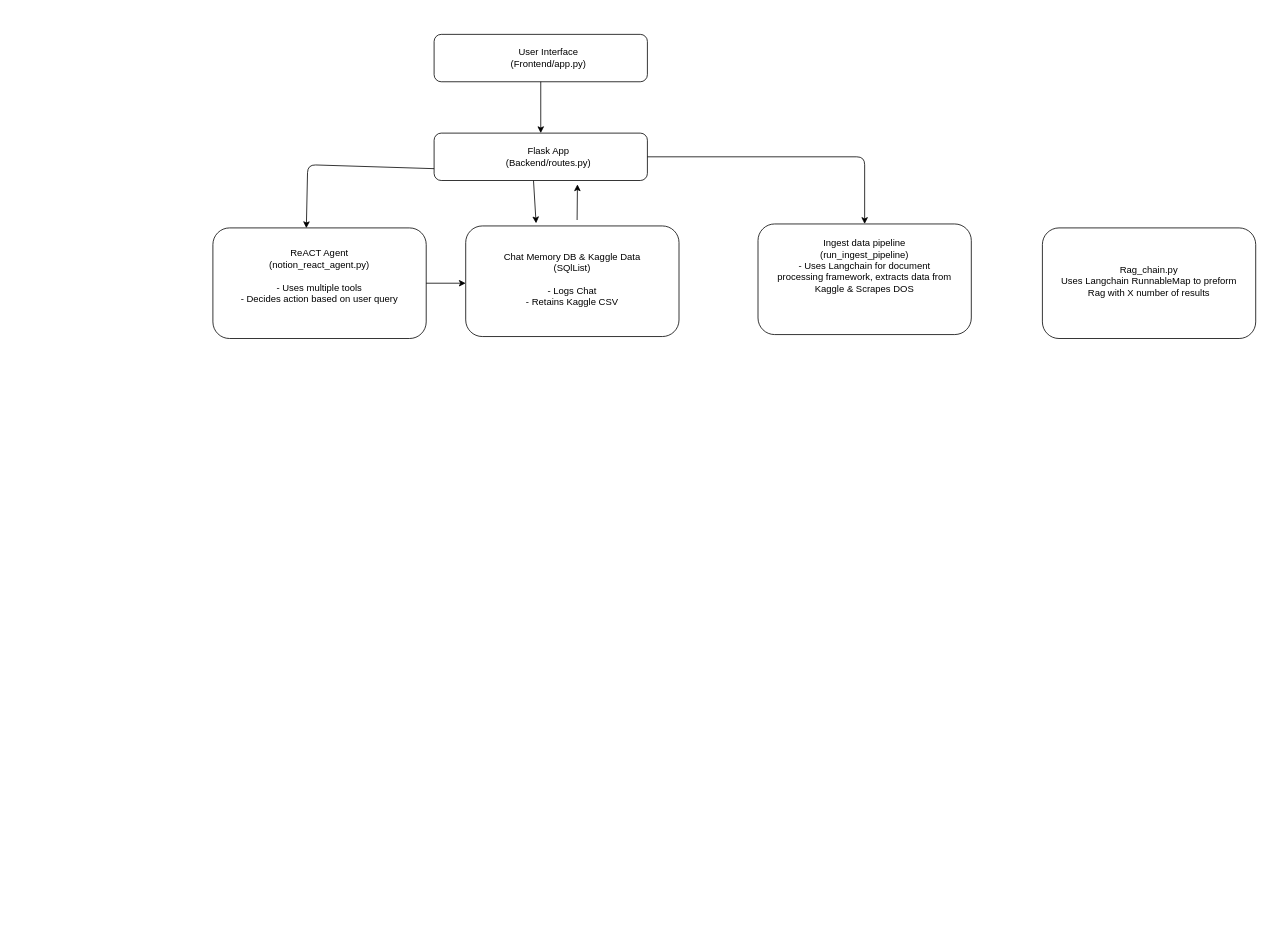
Before: diagram.drawio in anniepuy/human_rights_llm, a draw.io diagram. Source tidied: cells renumbered, new cells numbered last; positions are measured from the earlier drawing's top-left corner, leaving out a move shared by most shapes. Both pictures are drawn from the tidied source at 79%, with x=0, y=0 at pixel (213, 34).
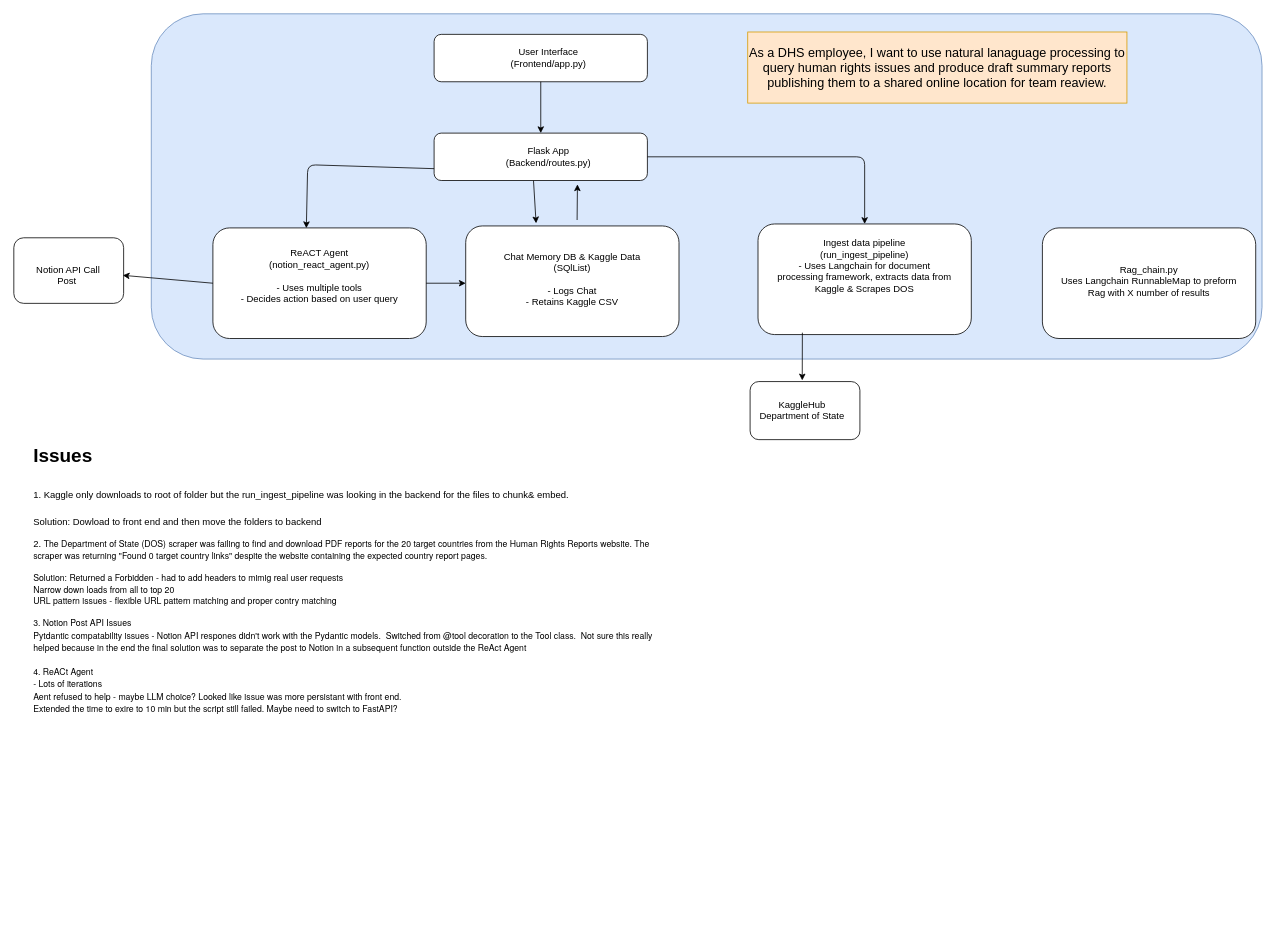
The same page after the edit.

Unchanged cells that the change refers to:
```xml
<mxCell id="8" style="rounded=1;whiteSpace=wrap;html=1;" parent="1" vertex="1">
  <mxGeometry y="245" width="270" height="140" as="geometry" />
</mxCell>
<mxCell id="13" style="rounded=1;whiteSpace=wrap;html=1;" parent="1" vertex="1">
  <mxGeometry x="690" y="240" width="270" height="140" as="geometry" />
</mxCell>
```

What changed in the source:
```diff
@@
+    <mxCell id="20" style="rounded=1;whiteSpace=wrap;html=1;fillColor=#dae8fc;strokeColor=#6c8ebf;" parent="1" vertex="1">
+      <mxGeometry x="-78" y="-26" width="1406" height="437" as="geometry" />
+    </mxCell>
@@
+    <mxCell id="21" value="As a DHS employee, I want to use natural lanaguage processing to query human rights issues and produce draft summary reports publishing them to a shared online location for team reaview." style="text;html=1;align=center;verticalAlign=middle;whiteSpace=wrap;rounded=0;fontSize=16;fillColor=#ffe6cc;strokeColor=#d79b00;" parent="1" vertex="1">
+      <mxGeometry x="677" y="-3" width="480" height="90" as="geometry" />
+    </mxCell>
+    <mxCell id="22" value="&lt;h1 style=&quot;margin-top: 0px;&quot;&gt;&lt;span style=&quot;background-color: transparent;&quot;&gt;Issues&amp;nbsp;&lt;/span&gt;&lt;/h1&gt;&lt;h1 style=&quot;margin-top: 0px;&quot;&gt;&lt;span style=&quot;background-color: transparent; font-size: 12px; font-weight: normal;&quot;&gt;1. Kaggle only downloads to root of folder but the run_ingest_pipeline was looking in the backend for the files to chunk&amp;amp; embed.&lt;/span&gt;&lt;/h1&gt;&lt;div&gt;&lt;span style=&quot;background-color: transparent; font-size: 12px; font-weight: normal;&quot;&gt;Solution: Dowload to front end and then move the folders to backend&lt;/span&gt;&lt;/div&gt;&lt;div&gt;&lt;span style=&quot;background-color: transparent; font-size: 12px; font-weight: normal;&quot;&gt;&lt;br&gt;&lt;/span&gt;&lt;/div&gt;&lt;div&gt;&lt;span style=&quot;background-color: transparent; font-size: 12px; font-weight: normal;&quot;&gt;2.&amp;nbsp;&lt;/span&gt;&lt;span style=&quot;color: rgb(0, 0, 0); font-family: &amp;quot;Helvetica Neue&amp;quot;; font-size: 11px; background-color: transparent;&quot;&gt;The Department of State (DOS) scraper was failing to find and download PDF reports for the 20 target countries from the Human Rights Reports website. The scraper was returning &quot;Found 0 target country links&quot; despite the website containing the expected country report pages.&amp;nbsp;&lt;/span&gt;&lt;/div&gt;&lt;div&gt;&lt;span style=&quot;color: rgb(0, 0, 0); font-family: &amp;quot;Helvetica Neue&amp;quot;; font-size: 11px; background-color: transparent;&quot;&gt;&lt;br&gt;&lt;/span&gt;&lt;/div&gt;&lt;div&gt;&lt;span style=&quot;color: rgb(0, 0, 0); font-family: &amp;quot;Helvetica Neue&amp;quot;; font-size: 11px; background-color: transparent;&quot;&gt;Solution: Returned a Forbidden - had to add headers to mimig real user requests&lt;/span&gt;&lt;/div&gt;&lt;div&gt;&lt;span style=&quot;background-color: transparent; font-family: &amp;quot;Helvetica Neue&amp;quot;; font-size: 11px;&quot;&gt;Narrow down loads from all to top 20&lt;/span&gt;&lt;/div&gt;&lt;div&gt;&lt;span style=&quot;background-color: transparent; font-family: &amp;quot;Helvetica Neue&amp;quot;; font-size: 11px;&quot;&gt;URL pattern issues - flexible URL pattern matching and proper contry matching&amp;nbsp;&lt;/span&gt;&lt;/div&gt;&lt;div&gt;&lt;span style=&quot;background-color: transparent; font-family: &amp;quot;Helvetica Neue&amp;quot;; font-size: 11px;&quot;&gt;&lt;br&gt;&lt;/span&gt;&lt;/div&gt;&lt;div&gt;&lt;span style=&quot;background-color: transparent; font-family: &amp;quot;Helvetica Neue&amp;quot;; font-size: 11px;&quot;&gt;3. Notion Post API Issues&lt;/span&gt;&lt;/div&gt;&lt;div&gt;&lt;font face=&quot;Helvetica Neue&quot;&gt;&lt;span style=&quot;font-size: 11px;&quot;&gt;Pytdantic compatability issues - Notion API respones didn't work with the Pydantic models.&amp;nbsp; Switched from @tool decoration to the Tool class.&amp;nbsp; Not sure this really helped because in the end the final solution was to separate the post to Notion in a subsequent function outside the ReAct Agent&lt;/span&gt;&lt;/font&gt;&lt;/div&gt;&lt;div&gt;&lt;font face=&quot;Helvetica Neue&quot;&gt;&lt;span style=&quot;font-size: 11px;&quot;&gt;&lt;br&gt;&lt;/span&gt;&lt;/font&gt;&lt;/div&gt;&lt;div&gt;&lt;font face=&quot;Helvetica Neue&quot;&gt;&lt;span style=&quot;font-size: 11px;&quot;&gt;4. ReACt Agent&lt;/span&gt;&lt;/font&gt;&lt;/div&gt;&lt;div&gt;&lt;font face=&quot;Helvetica Neue&quot;&gt;&lt;span style=&quot;font-size: 11px;&quot;&gt;- Lots of iterations&lt;/span&gt;&lt;/font&gt;&lt;/div&gt;&lt;div&gt;&lt;font face=&quot;Helvetica Neue&quot;&gt;&lt;span style=&quot;font-size: 11px;&quot;&gt;Aent refused to help - maybe LLM choice? Looked like issue was more persistant with front end.&lt;/span&gt;&lt;/font&gt;&lt;/div&gt;&lt;div&gt;&lt;font face=&quot;Helvetica Neue&quot;&gt;&lt;span style=&quot;font-size: 11px;&quot;&gt;Extended the time to exire to 10 min but the script still failed. Maybe need to switch to FastAPI?&lt;/span&gt;&lt;/font&gt;&lt;/div&gt;&lt;div&gt;&lt;font face=&quot;Helvetica Neue&quot;&gt;&lt;span style=&quot;font-size: 11px;&quot;&gt;&lt;br&gt;&lt;/span&gt;&lt;/font&gt;&lt;/div&gt;" style="text;html=1;whiteSpace=wrap;overflow=hidden;rounded=0;" parent="1" vertex="1">
+      <mxGeometry x="-229" y="513" width="810" height="601" as="geometry" />
+    </mxCell>
+    <mxCell id="23" style="rounded=1;whiteSpace=wrap;html=1;" parent="1" vertex="1">
+      <mxGeometry x="-252" y="257.5" width="139" height="83" as="geometry" />
+    </mxCell>
+    <mxCell id="24" value="&lt;div&gt;Notion API Call&lt;/div&gt;&lt;div&gt;Post&amp;nbsp;&lt;/div&gt;" style="text;html=1;align=center;verticalAlign=middle;whiteSpace=wrap;rounded=0;" parent="1" vertex="1">
+      <mxGeometry x="-252" y="277" width="138" height="56" as="geometry" />
+    </mxCell>
+    <mxCell id="25" style="endArrow=classic;html=1;entryX=1;entryY=0.5;entryDx=0;entryDy=0;exitX=0;exitY=0.5;exitDx=0;exitDy=0;" parent="1" edge="1" source="8" target="24">
+      <mxGeometry relative="1" as="geometry" />
+    </mxCell>
+    <mxCell id="26" style="rounded=1;whiteSpace=wrap;html=1;" parent="1" vertex="1">
+      <mxGeometry x="680" y="439.5" width="139" height="73.5" as="geometry" />
+    </mxCell>
+    <mxCell id="27" value="&lt;div&gt;&lt;span style=&quot;background-color: transparent;&quot;&gt;KaggleHub&lt;/span&gt;&lt;/div&gt;&lt;div&gt;&lt;span style=&quot;background-color: transparent;&quot;&gt;Department of State&lt;/span&gt;&lt;/div&gt;" style="text;html=1;align=center;verticalAlign=middle;whiteSpace=wrap;rounded=0;" parent="1" vertex="1">
+      <mxGeometry x="677" y="448.2" width="138" height="56" as="geometry" />
+    </mxCell>
+    <mxCell id="28" style="endArrow=classic;html=1;exitX=0.208;exitY=0.983;exitDx=0;exitDy=0;exitPerimeter=0;" parent="1" edge="1" source="13">
+      <mxGeometry relative="1" as="geometry">
+        <mxPoint x="746" y="438" as="targetPoint" />
+      </mxGeometry>
+    </mxCell>
```
